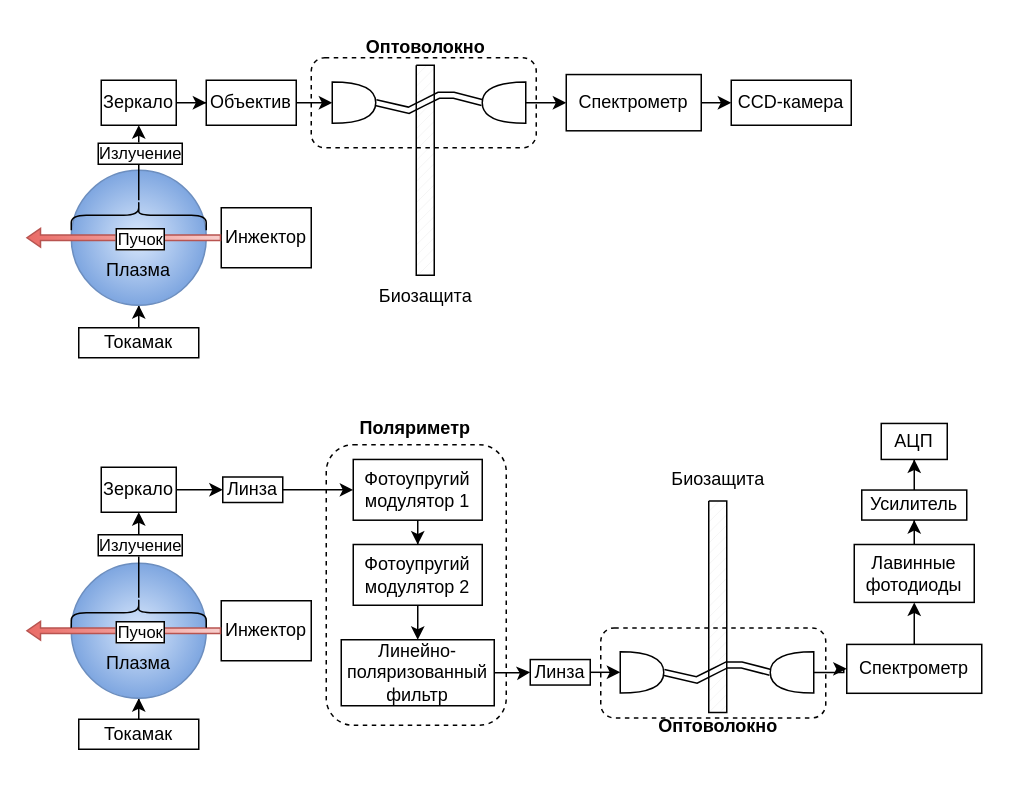
Earlier version of the draw.io diagram Диаграмма без названия.drawio (Mr-Boshi/diagrams). Source tidied: cells renumbered, new cells numbered last; positions are measured from the earlier drawing's top-left corner, leaving out a move shared by most shapes. Both pictures are drawn from the tidied source at 150%, with x=0, y=0 at pixel (26, 24).
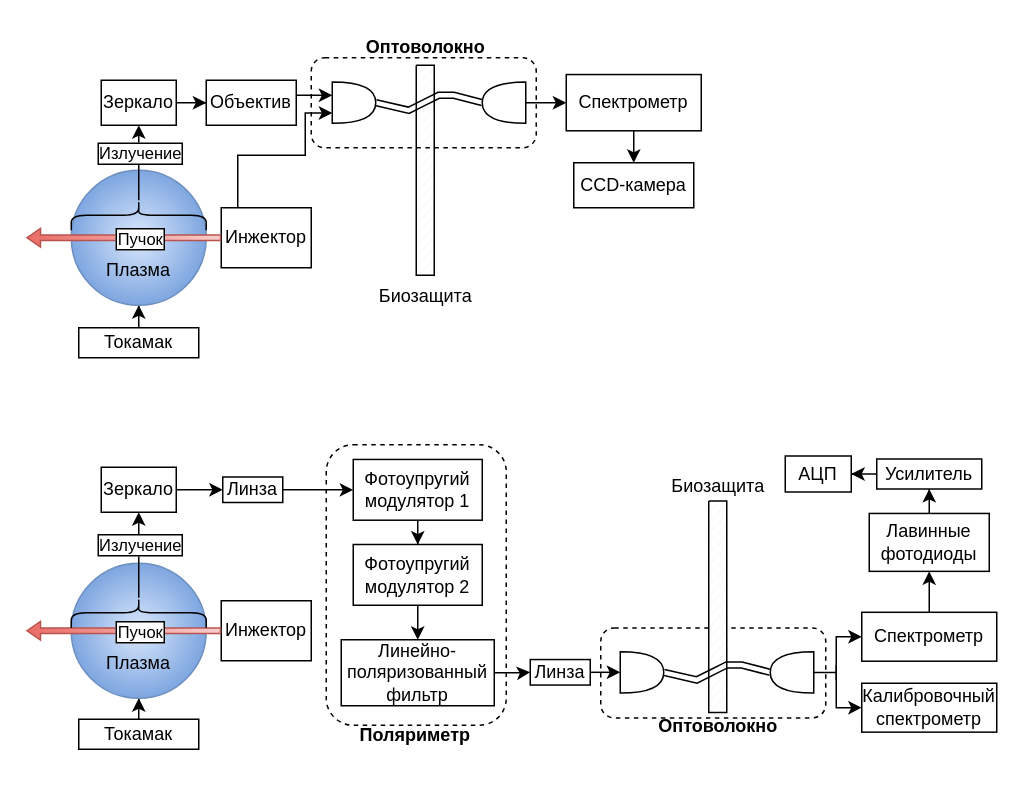
Above is the later version.

Unchanged cells that the change refers to:
```xml
<mxCell id="3" value="Инжектор" style="rounded=0;whiteSpace=wrap;html=1;" parent="1" vertex="1">
  <mxGeometry x="130" y="122" width="60" height="40" as="geometry" />
</mxCell>
<mxCell id="15" value="Объектив" style="rounded=0;whiteSpace=wrap;html=1;" parent="1" vertex="1">
  <mxGeometry x="120" y="37" width="60" height="30" as="geometry" />
</mxCell>
<mxCell id="46" style="shape=or;whiteSpace=wrap;html=1;" parent="1" vertex="1">
  <mxGeometry x="204" y="38.2" width="29" height="27.5" as="geometry" />
</mxCell>
<mxCell id="55" style="shape=or;whiteSpace=wrap;html=1;rotation=-180;" parent="1" vertex="1">
  <mxGeometry x="496" y="418" width="29" height="27.5" as="geometry" />
</mxCell>
```

Change to the diagram source:
```diff
@@
+    <mxCell id="58" value="&lt;div&gt;&lt;br&gt;&lt;/div&gt;" style="rounded=1;whiteSpace=wrap;html=1;fillColor=none;dashed=1;" parent="1" vertex="1">
+      <mxGeometry x="383" y="402.1" width="150" height="60" as="geometry" />
+    </mxCell>
@@
+    <mxCell id="63" style="edgeStyle=orthogonalEdgeStyle;rounded=0;jettySize=auto;html=1;exitX=0.25;exitY=0;exitDx=0;exitDy=0;entryX=0;entryY=0.75;entryDx=0;entryDy=0;entryPerimeter=0;" parent="1" edge="1" source="3" target="46">
+      <mxGeometry relative="1" as="geometry">
+        <Array as="points">
+          <mxPoint x="141" y="122" />
+          <mxPoint x="141" y="87" />
+          <mxPoint x="186" y="87" />
+          <mxPoint x="186" y="59" />
+        </Array>
+      </mxGeometry>
+    </mxCell>
@@
     <mxCell id="14" style="edgeStyle=orthogonalEdgeStyle;rounded=0;jettySize=auto;html=1;" parent="1" edge="1" source="15" target="46">
-      <mxGeometry relative="1" as="geometry" />
+      <mxGeometry relative="1" as="geometry">
+        <Array as="points">
+          <mxPoint x="190" y="47" />
+          <mxPoint x="190" y="47" />
+        </Array>
+      </mxGeometry>
     </mxCell>
@@
     <mxCell id="20" value="CCD-камера" style="rounded=0;whiteSpace=wrap;html=1;" parent="1" vertex="1">
-      <mxGeometry x="470" y="37" width="80" height="30" as="geometry" />
+      <mxGeometry x="365" y="92" width="80" height="30" as="geometry" />
     </mxCell>
@@
     <mxCell id="41" value="Поляриметр" style="text;html=1;align=center;verticalAlign=middle;strokeColor=none;fillColor=none;fontStyle=1;" parent="1" vertex="1">
-      <mxGeometry x="214" y="254" width="90" height="30" as="geometry" />
+      <mxGeometry x="214" y="459" width="90" height="30" as="geometry" />
     </mxCell>
@@
+    <mxCell id="64" style="edgeStyle=orthogonalEdgeStyle;rounded=0;jettySize=auto;html=1;exitX=0;exitY=0.5;exitDx=0;exitDy=0;endArrow=none;endFill=0;startArrow=classic;startFill=1;" parent="1" edge="1" source="43">
+      <mxGeometry relative="1" as="geometry">
+        <mxPoint x="540" y="437" as="targetPoint" />
+      </mxGeometry>
+    </mxCell>
     <mxCell id="43" value="Спектрометр" style="rounded=0;whiteSpace=wrap;html=1;" parent="1" vertex="1">
-      <mxGeometry x="547" y="413.1" width="90" height="32.6" as="geometry" />
+      <mxGeometry x="557" y="391.7" width="90" height="32.6" as="geometry" />
     </mxCell>
@@
     <mxCell id="45" value="Лавинные фотодиоды" style="rounded=0;whiteSpace=wrap;html=1;" parent="1" vertex="1">
-      <mxGeometry x="552" y="346.5" width="80" height="38.6" as="geometry" />
+      <mxGeometry x="562" y="325.8" width="80" height="38.6" as="geometry" />
     </mxCell>
@@
-    <mxCell id="49" value="&lt;div&gt;&lt;br&gt;&lt;/div&gt;" style="rounded=1;whiteSpace=wrap;html=1;fillColor=none;dashed=1;" parent="1" vertex="1">
-      <mxGeometry x="190" y="22" width="150" height="60" as="geometry" />
-    </mxCell>
@@
-    <mxCell id="54" style="edgeStyle=orthogonalEdgeStyle;rounded=0;jettySize=auto;html=1;" parent="1" edge="1" source="55" target="43">
-      <mxGeometry relative="1" as="geometry" />
-    </mxCell>
@@
-    <mxCell id="58" value="&lt;div&gt;&lt;br&gt;&lt;/div&gt;" style="rounded=1;whiteSpace=wrap;html=1;fillColor=none;dashed=1;" parent="1" vertex="1">
-      <mxGeometry x="383" y="402.1" width="150" height="60" as="geometry" />
-    </mxCell>
-    <mxCell id="59" style="edgeStyle=orthogonalEdgeStyle;rounded=0;jettySize=auto;html=1;entryX=0.5;entryY=1;entryDx=0;entryDy=0;" parent="1" edge="1" source="60" target="61">
+    <mxCell id="59" style="edgeStyle=orthogonalEdgeStyle;rounded=0;jettySize=auto;html=1;entryX=1;entryY=0.5;entryDx=0;entryDy=0;" parent="1" edge="1" source="60" target="61">
       <mxGeometry relative="1" as="geometry" />
     </mxCell>
     <mxCell id="60" value="Усилитель" style="rounded=0;whiteSpace=wrap;html=1;" parent="1" vertex="1">
-      <mxGeometry x="557" y="310.2" width="70" height="20" as="geometry" />
+      <mxGeometry x="567" y="289.5" width="70" height="20" as="geometry" />
     </mxCell>
     <mxCell id="61" value="АЦП" style="rounded=0;whiteSpace=wrap;html=1;" parent="1" vertex="1">
-      <mxGeometry x="570" y="265.8" width="44" height="24" as="geometry" />
+      <mxGeometry x="506" y="287.5" width="44" height="24" as="geometry" />
     </mxCell>
     <mxCell id="62" value="Биозащита" style="text;html=1;align=center;verticalAlign=middle;strokeColor=none;fillColor=none;" parent="1" vertex="1">
-      <mxGeometry x="416" y="287.5" width="90" height="30" as="geometry" />
+      <mxGeometry x="416" y="292.5" width="90" height="30" as="geometry" />
     </mxCell>
+    <mxCell id="49" value="&lt;div&gt;&lt;br&gt;&lt;/div&gt;" style="rounded=1;whiteSpace=wrap;html=1;fillColor=none;dashed=1;" parent="1" vertex="1">
+      <mxGeometry x="190" y="22" width="150" height="60" as="geometry" />
+    </mxCell>
+    <mxCell id="65" style="edgeStyle=orthogonalEdgeStyle;rounded=0;jettySize=auto;html=1;exitX=0;exitY=0.5;exitDx=0;exitDy=0;startArrow=classic;startFill=1;endArrow=none;endFill=0;" parent="1" edge="1" source="66">
+      <mxGeometry relative="1" as="geometry">
+        <mxPoint x="540" y="427" as="targetPoint" />
+      </mxGeometry>
+    </mxCell>
+    <mxCell id="66" value="Калибровочный спектрометр" style="rounded=0;whiteSpace=wrap;html=1;" parent="1" vertex="1">
+      <mxGeometry x="557" y="439" width="90" height="32.6" as="geometry" />
+    </mxCell>
+    <mxCell id="67" style="endArrow=none;html=1;rounded=0;noJump=1;orthogonal=1;exitX=0;exitY=0.5;exitDx=0;exitDy=0;exitPerimeter=0;" parent="1" edge="1" source="55">
+      <mxGeometry relative="1" as="geometry">
+        <mxPoint x="540" y="431.8" as="targetPoint" />
+      </mxGeometry>
+    </mxCell>
```
